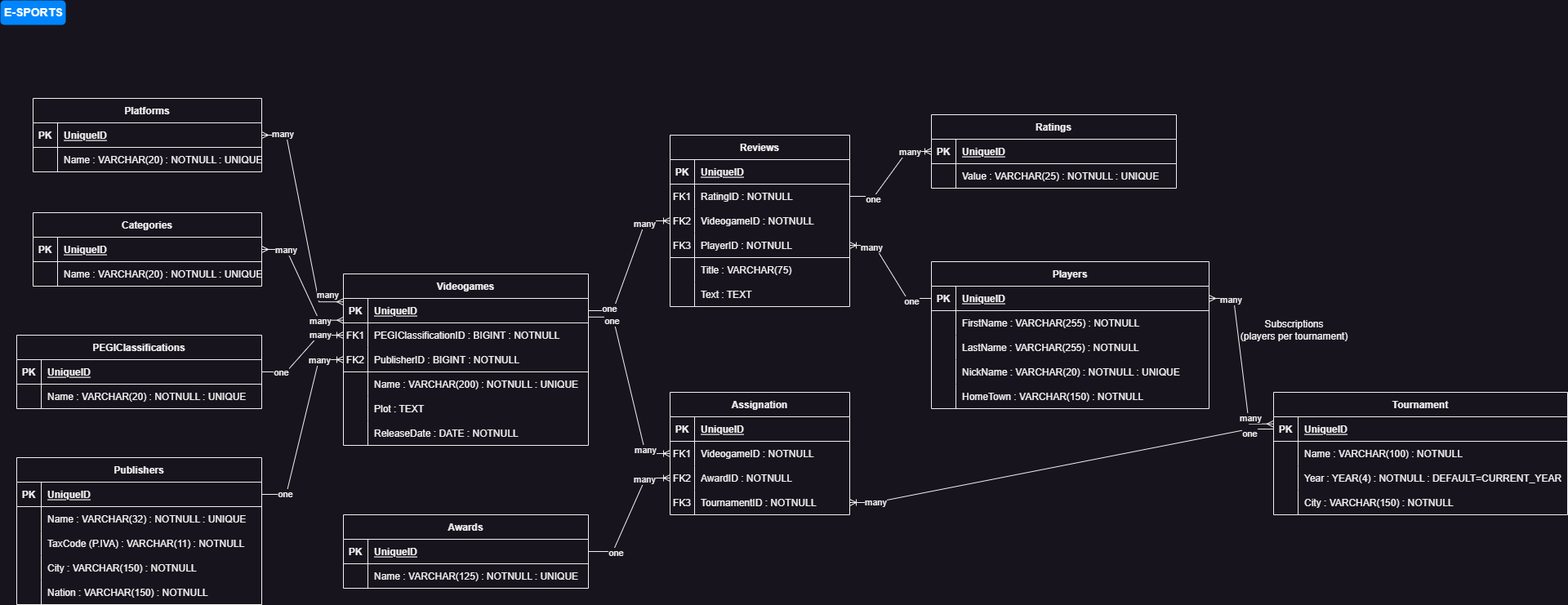
The draw.io diagram db-videogames-LABELS.drawio.png in FrancescoLimpias/db-videogames, before a commit. Source tidied: cells renumbered, new cells last; positions are measured from the earlier drawing's top-left corner, leaving out a move shared by most shapes.
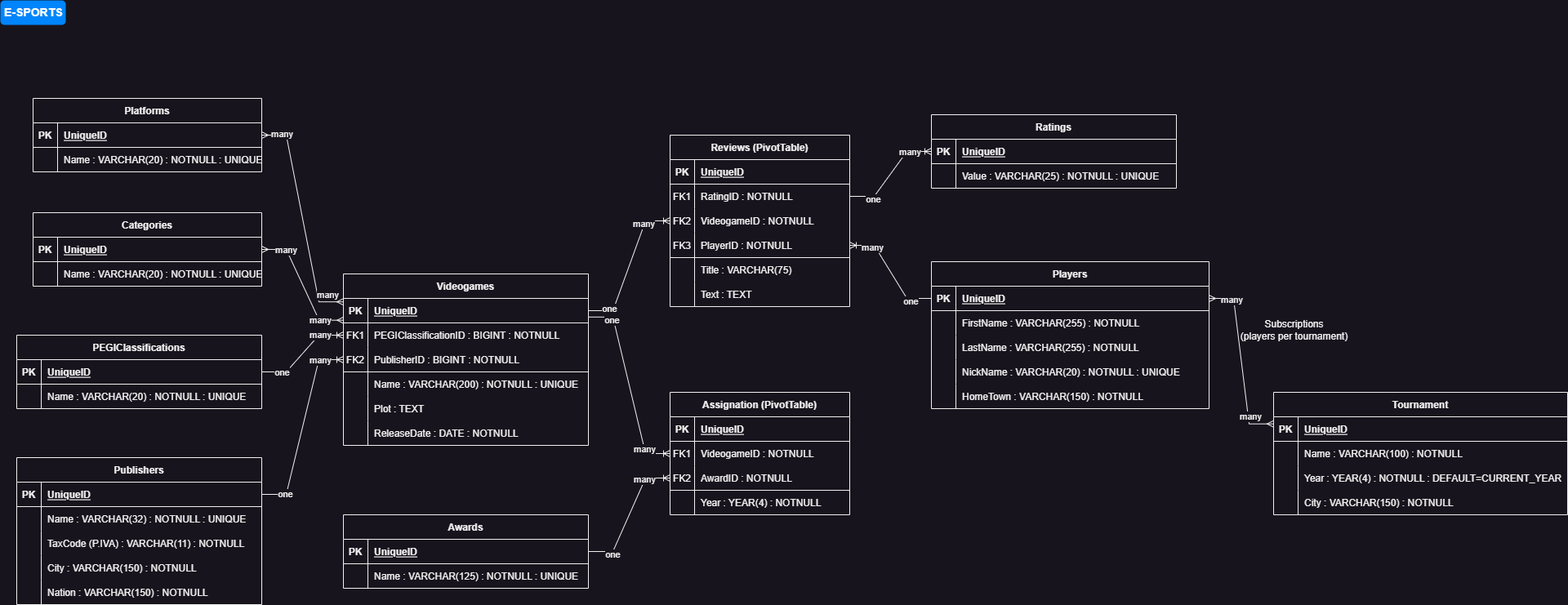
After the commit.

What changed in the source:
```diff
@@ -260,7 +260,7 @@
     <mxCell id="87" value="HomeTown : VARCHAR(150) : NOTNULL" style="shape=partialRectangle;fillColor=none;top=0;left=0;bottom=0;right=0;align=left;spacingLeft=6;overflow=hidden;" parent="85" vertex="1">
       <mxGeometry x="30" width="310" height="30" as="geometry" />
     </mxCell>
-    <mxCell id="88" value="Reviews" style="shape=table;startSize=30;rowLines=0;fontStyle=1;align=center;" parent="1" vertex="1">
+    <mxCell id="88" value="Reviews (PivotTable)" style="shape=table;startSize=30;rowLines=0;fontStyle=1;align=center;" parent="1" vertex="1">
       <mxGeometry x="820" y="165" width="220" height="210" as="geometry" />
     </mxCell>
     <mxCell id="89" style="shape=tableRow;horizontal=0;startSize=0;swimlaneHead=0;swimlaneBody=0;fillColor=none;top=0;left=0;right=0;bottom=1;" parent="88" vertex="1">
@@ -338,7 +338,7 @@
     <mxCell id="113" value="Name : VARCHAR(125) : NOTNULL : UNIQUE" style="shape=partialRectangle;fillColor=none;top=0;left=0;bottom=0;right=0;align=left;spacingLeft=6;overflow=hidden;" parent="111" vertex="1">
       <mxGeometry x="30" width="270" height="30" as="geometry" />
     </mxCell>
-    <mxCell id="114" value="Assignation" style="shape=table;startSize=30;rowLines=0;fontStyle=1;align=center;" parent="1" vertex="1">
+    <mxCell id="114" value="Assignation (PivotTable)" style="shape=table;startSize=30;rowLines=0;fontStyle=1;align=center;" parent="1" vertex="1">
       <mxGeometry x="820" y="480" width="220" height="150" as="geometry" />
     </mxCell>
     <mxCell id="115" style="shape=tableRow;horizontal=0;startSize=0;swimlaneHead=0;swimlaneBody=0;fillColor=none;top=0;left=0;right=0;bottom=1;" parent="114" vertex="1">
@@ -359,7 +359,7 @@
     <mxCell id="120" value="VideogameID : NOTNULL" style="shape=partialRectangle;fillColor=none;top=0;left=0;bottom=0;right=0;align=left;spacingLeft=6;overflow=hidden;" parent="118" vertex="1">
       <mxGeometry x="30" width="190" height="30" as="geometry" />
     </mxCell>
-    <mxCell id="121" style="shape=tableRow;horizontal=0;startSize=0;swimlaneHead=0;swimlaneBody=0;fillColor=none;points=[[0,0.5],[1,0.5]];portConstraint=eastwest;top=0;left=0;right=0;bottom=0;" parent="114" vertex="1">
+    <mxCell id="121" style="shape=tableRow;horizontal=0;startSize=0;swimlaneHead=0;swimlaneBody=0;fillColor=none;points=[[0,0.5],[1,0.5]];portConstraint=eastwest;top=0;left=0;right=0;bottom=1;" parent="114" vertex="1">
       <mxGeometry y="90" width="220" height="30" as="geometry" />
     </mxCell>
     <mxCell id="122" value="FK2" style="shape=partialRectangle;fillColor=none;top=0;left=0;bottom=0;right=0;overflow=hidden;" parent="121" vertex="1">
@@ -371,10 +371,10 @@
     <mxCell id="124" style="shape=tableRow;horizontal=0;startSize=0;swimlaneHead=0;swimlaneBody=0;fillColor=none;points=[[0,0.5],[1,0.5]];portConstraint=eastwest;top=0;left=0;right=0;bottom=0;" parent="114" vertex="1">
       <mxGeometry y="120" width="220" height="30" as="geometry" />
     </mxCell>
-    <mxCell id="125" value="FK3" style="shape=partialRectangle;fillColor=none;top=0;left=0;bottom=0;right=0;overflow=hidden;" parent="124" vertex="1">
+    <mxCell id="125" style="shape=partialRectangle;fillColor=none;top=0;left=0;bottom=0;right=0;overflow=hidden;" parent="124" vertex="1">
       <mxGeometry width="30" height="30" as="geometry" />
     </mxCell>
-    <mxCell id="126" value="TournamentID : NOTNULL" style="shape=partialRectangle;fillColor=none;top=0;left=0;bottom=0;right=0;align=left;spacingLeft=6;overflow=hidden;" parent="124" vertex="1">
+    <mxCell id="126" value="Year : YEAR(4) : NOTNULL" style="shape=partialRectangle;fillColor=none;top=0;left=0;bottom=0;right=0;align=left;spacingLeft=6;overflow=hidden;" parent="124" vertex="1">
       <mxGeometry x="30" width="190" height="30" as="geometry" />
     </mxCell>
     <mxCell id="127" style="edgeStyle=entityRelationEdgeStyle;fontSize=12;html=1;endArrow=ERoneToMany;rounded=0;exitX=1;exitY=0.5;exitDx=0;exitDy=0;entryX=0;entryY=0.5;entryDx=0;entryDy=0;" parent="1" edge="1" source="23" target="10">
@@ -497,16 +497,5 @@
     <mxCell id="164" value="one" style="edgeLabel;html=1;align=center;verticalAlign=middle;" parent="162" vertex="1">
       <mxGeometry x="-0.63" y="-3" relative="1" as="geometry" />
     </mxCell>
-    <mxCell id="165" style="edgeStyle=entityRelationEdgeStyle;fontSize=12;html=1;endArrow=ERoneToMany;rounded=0;entryX=1;entryY=0.5;entryDx=0;entryDy=0;exitX=0;exitY=0.5;exitDx=0;exitDy=0;" parent="1" edge="1" source="60" target="124">
-      <mxGeometry relative="1" as="geometry" />
-    </mxCell>
-    <mxCell id="166" value="many" style="edgeLabel;html=1;align=center;verticalAlign=middle;" parent="165" vertex="1">
-      <mxGeometry x="0.88" y="-1" relative="1" as="geometry" />
-    </mxCell>
-    <mxCell id="167" value="one" style="edgeLabel;html=1;align=center;verticalAlign=middle;" parent="165" vertex="1">
-      <mxGeometry x="-0.89" y="1" relative="1" as="geometry">
-        <mxPoint y="4" as="offset" />
-      </mxGeometry>
-    </mxCell>
   </root>
 </mxGraphModel>
```
